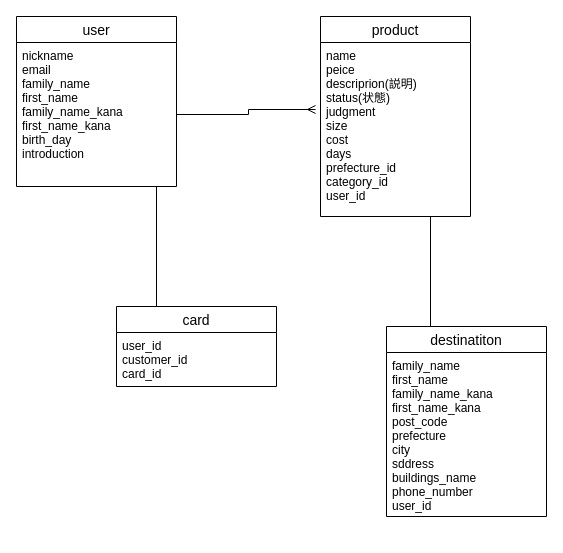
Above: furima.dio in renharano/furima-33045 (draw.io), before the change. Source tidied: cells renumbered, new cells numbered last; positions are measured from the earlier drawing's top-left corner, leaving out a move shared by most shapes. Both pictures are drawn from the tidied source at 100%, with x=0, y=0 at pixel (16, 16).
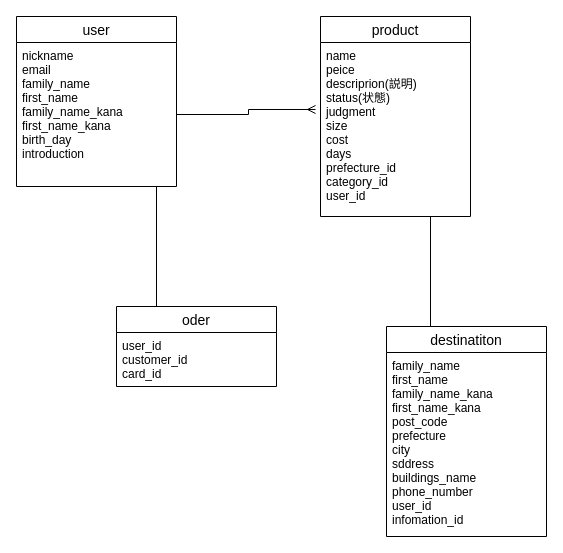
The same page after the edit.

What changed in the source:
```diff
@@
 <mxGraphModel>
   <root>
     <mxCell id="0" />
     <mxCell id="1" parent="0" />
     <mxCell id="2" value="user" style="swimlane;fontStyle=0;horizontal=1;startSize=26;align=center;fontSize=14;" parent="1" vertex="1">
       <mxGeometry width="160" height="170" as="geometry" />
     </mxCell>
     <mxCell id="3" value="nickname&#10;email&#10;family_name&#10;first_name&#10;family_name_kana&#10;first_name_kana&#10;birth_day&#10;introduction" style="text;strokeColor=none;fillColor=none;spacingLeft=4;spacingRight=4;overflow=hidden;points=[[0,0.5],[1,0.5]];portConstraint=eastwest;fontSize=12;" parent="2" vertex="1">
       <mxGeometry y="26" width="160" height="144" as="geometry" />
     </mxCell>
     <mxCell id="4" value="product" style="swimlane;fontStyle=0;horizontal=1;startSize=26;align=center;fontSize=14;" parent="1" vertex="1">
       <mxGeometry x="304" width="150" height="200" as="geometry" />
     </mxCell>
     <mxCell id="5" value="name&#10;peice&#10;descriprion(説明)&#10;status(状態)&#10;judgment&#10;size&#10;cost&#10;days&#10;prefecture_id&#10;category_id&#10;user_id&#10;" style="text;strokeColor=none;fillColor=none;spacingLeft=4;spacingRight=4;overflow=hidden;points=[[0,0.5],[1,0.5]];portConstraint=eastwest;fontSize=12;" parent="4" vertex="1">
       <mxGeometry y="26" width="150" height="174" as="geometry" />
     </mxCell>
     <mxCell id="6" style="edgeStyle=orthogonalEdgeStyle;rounded=0;jettySize=auto;html=1;exitX=0.25;exitY=0;exitDx=0;exitDy=0;endArrow=none;endFill=0;" parent="1" edge="1" source="7">
       <mxGeometry relative="1" as="geometry">
         <mxPoint x="140" y="170" as="targetPoint" />
       </mxGeometry>
     </mxCell>
-    <mxCell id="7" value="card" style="swimlane;fontStyle=0;horizontal=1;startSize=26;align=center;fontSize=14;" parent="1" vertex="1">
+    <mxCell id="7" value="oder" style="swimlane;fontStyle=0;horizontal=1;startSize=26;align=center;fontSize=14;" parent="1" vertex="1">
       <mxGeometry x="100" y="290" width="160" height="80" as="geometry" />
     </mxCell>
     <mxCell id="8" value="user_id&#10;customer_id&#10;card_id" style="text;strokeColor=none;fillColor=none;spacingLeft=4;spacingRight=4;overflow=hidden;fontSize=12;" parent="7" vertex="1">
       <mxGeometry y="26" width="160" height="54" as="geometry" />
     </mxCell>
     <mxCell id="9" style="edgeStyle=orthogonalEdgeStyle;rounded=0;jettySize=auto;html=1;exitX=0.25;exitY=0;exitDx=0;exitDy=0;endArrow=none;endFill=0;" parent="1" edge="1" source="10">
       <mxGeometry relative="1" as="geometry">
         <mxPoint x="414" y="200" as="targetPoint" />
         <Array as="points">
           <mxPoint x="414" y="310" />
         </Array>
       </mxGeometry>
     </mxCell>
     <mxCell id="10" value="destinatiton" style="swimlane;fontStyle=0;horizontal=1;startSize=26;align=center;fontSize=14;" parent="1" vertex="1">
-      <mxGeometry x="370" y="310" width="160" height="190" as="geometry" />
+      <mxGeometry x="370" y="310" width="160" height="210" as="geometry" />
     </mxCell>
-    <mxCell id="11" value="family_name&#10;first_name&#10;family_name_kana&#10;first_name_kana&#10;post_code&#10;prefecture&#10;city&#10;sddress&#10;buildings_name&#10;phone_number&#10;user_id&#10;" style="text;strokeColor=none;fillColor=none;spacingLeft=4;spacingRight=4;overflow=hidden;fontSize=12;" parent="10" vertex="1">
-      <mxGeometry y="26" width="160" height="164" as="geometry" />
+    <mxCell id="11" value="family_name&#10;first_name&#10;family_name_kana&#10;first_name_kana&#10;post_code&#10;prefecture&#10;city&#10;sddress&#10;buildings_name&#10;phone_number&#10;user_id&#10;infomation_id&#10;" style="text;strokeColor=none;fillColor=none;spacingLeft=4;spacingRight=4;overflow=hidden;fontSize=12;" parent="10" vertex="1">
+      <mxGeometry y="26" width="160" height="184" as="geometry" />
     </mxCell>
     <mxCell id="12" style="edgeStyle=orthogonalEdgeStyle;rounded=0;jettySize=auto;html=1;entryX=-0.033;entryY=0.385;entryDx=0;entryDy=0;entryPerimeter=0;endArrow=ERmany;endFill=0;" parent="1" edge="1" source="3" target="5">
       <mxGeometry relative="1" as="geometry" />
     </mxCell>
   </root>
 </mxGraphModel>
```
